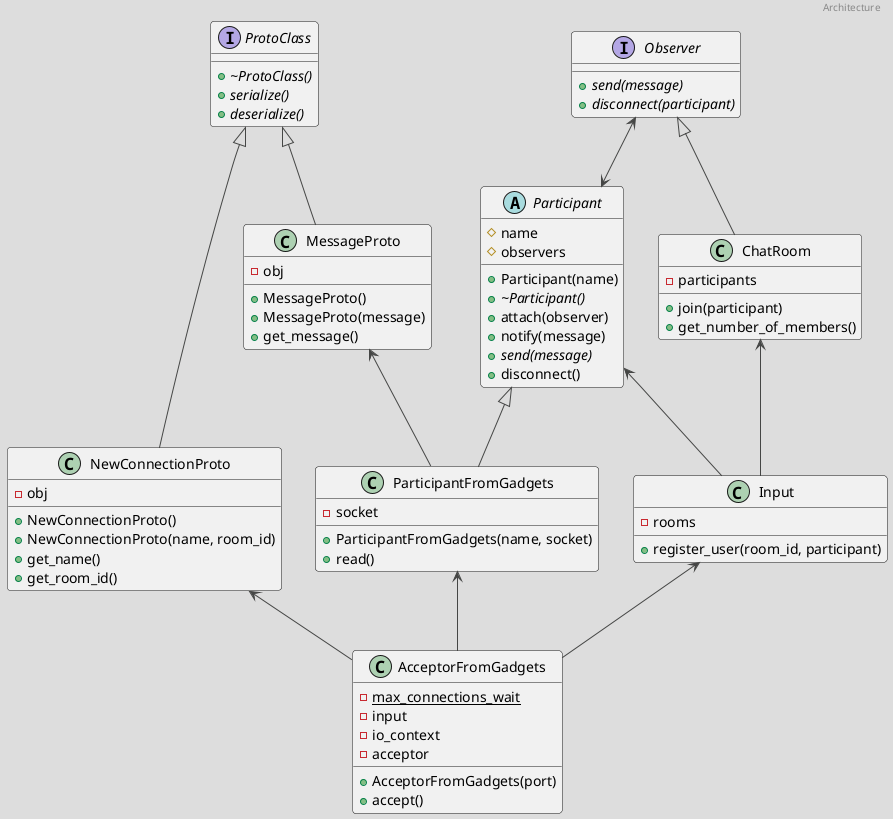
This is uml/class_diagram.png from Foxyman-sama/Speaky, a PlantUML export, as it was before one commit.
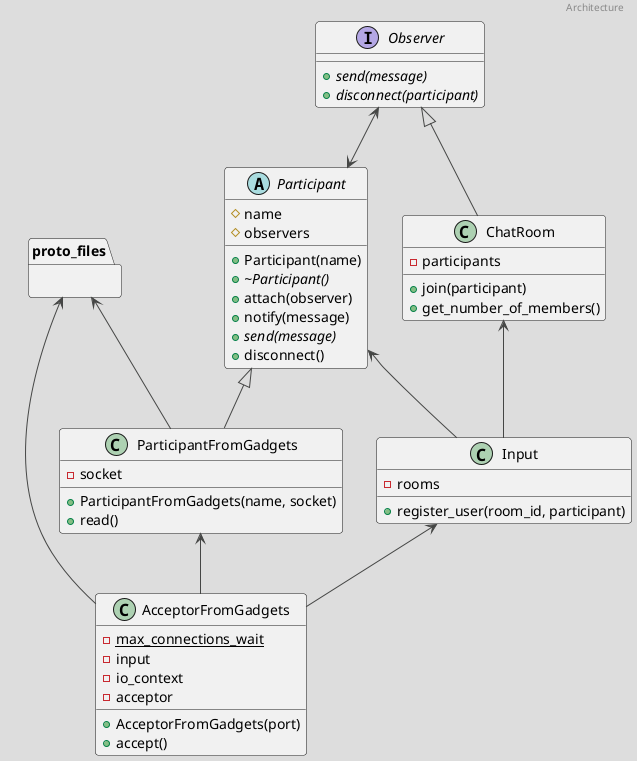
Above is the later version.

Commit message:
fix: update uml class diagram

The edit, as a diff of the source:
```diff
@@ -3,9 +3,6 @@
 header Architecture
 
 !theme toy
-
-ProtoClass <|-- MessageProto
-ProtoClass <|-- NewConnectionProto
 
 Observer <--> Participant
 
@@ -17,32 +14,11 @@
 Participant <-- Input
 Input <-- AcceptorFromGadgets
 ParticipantFromGadgets <-- AcceptorFromGadgets
-NewConnectionProto <-- AcceptorFromGadgets
-MessageProto <-- ParticipantFromGadgets
+proto_files <-- AcceptorFromGadgets
+proto_files <-- ParticipantFromGadgets
 
 
-interface ProtoClass {
-    + {abstract} ~ProtoClass()
-    + {abstract} serialize()
-    + {abstract} deserialize()
-}
-
-class MessageProto {
-    + MessageProto()
-    + MessageProto(message)
-    + get_message()
-
-    - obj
-}
-
-class NewConnectionProto {
-    + NewConnectionProto()
-    + NewConnectionProto(name, room_id)
-    + get_name()
-    + get_room_id()
-
-    - obj
-}
+package proto_files { }
 
 abstract Participant {
     + Participant(name)
```
